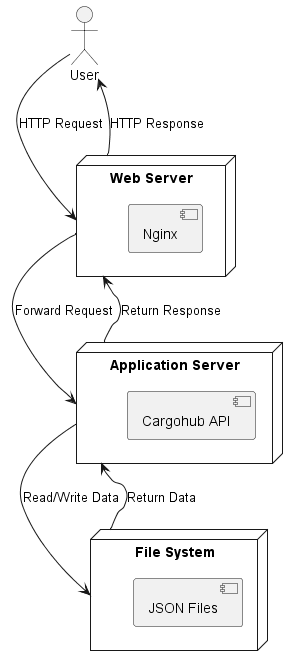
Before: out/deployment_diagram/deployment_diagram.png, a diagram exported from PlantUML (Mhammadarab/StrawhatsV2). Source of this version:
```plantuml
@startuml
actor User

node "Web Server" as webServer {
    [Nginx]
}

node "Application Server" as appServer {
    [Cargohub API]
}

node "File System" as fileSystem {
    [JSON Files]
}

User --> webServer: HTTP Request
webServer --> appServer: Forward Request
appServer --> fileSystem: Read/Write Data
fileSystem --> appServer: Return Data
appServer --> webServer: Return Response
webServer --> User: HTTP Response

@enduml
```
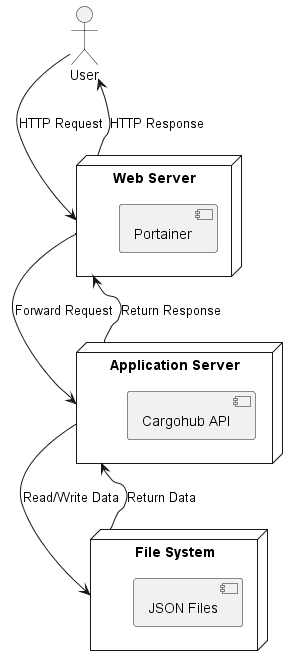
Later version of the same file.

Change to the diagram source:
```diff
@@ -2,7 +2,7 @@
 actor User
 
 node "Web Server" as webServer {
-    [Nginx]
+    [Portainer]
 }
 
 node "Application Server" as appServer {
```
